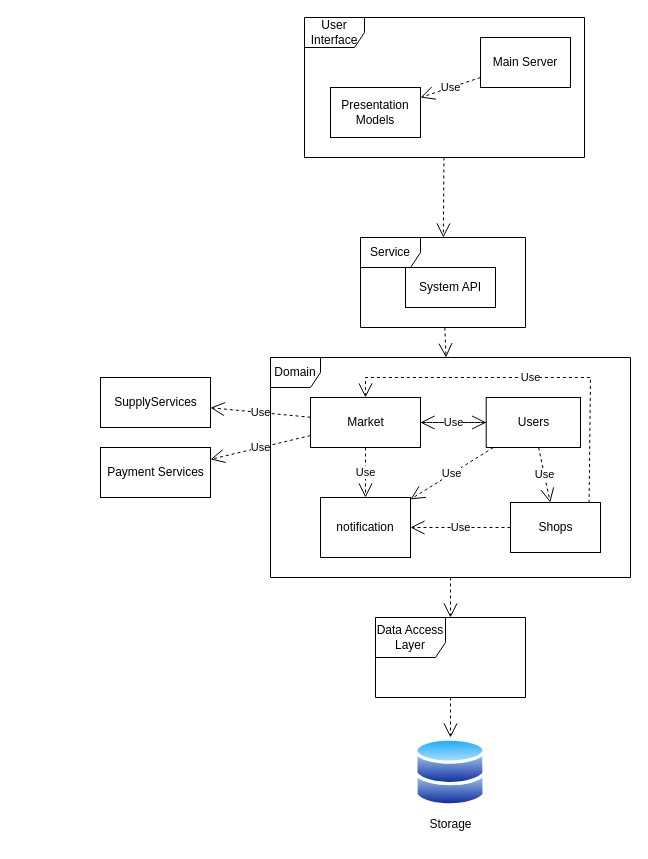
Above: page "architectureModel" (2 of 5) of docs/workshop.drawio in ShayHav/Workshop (draw.io), before the change. Source tidied: cells renumbered, new cells numbered last; positions are measured from the earlier drawing's top-left corner, leaving out a move shared by most shapes. Both pictures are drawn from the tidied source at 100%, with x=0, y=0 at pixel (100, 17).
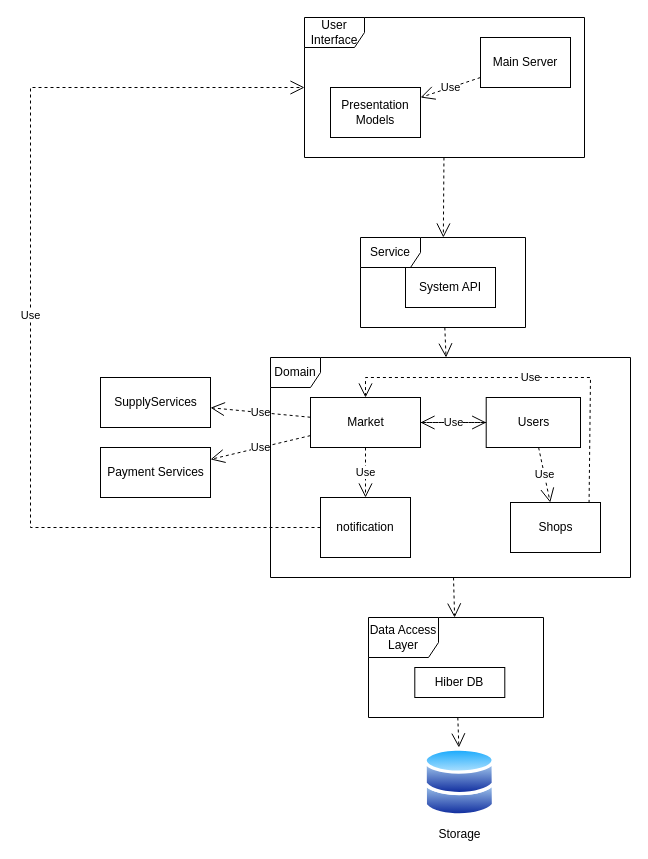
The same page after the edit.

The change refers to these unchanged cells:
```xml
<mxCell id="5" value="Users" style="html=1;" parent="1" vertex="1">
  <mxGeometry x="385.7" y="380" width="94.3" height="50" as="geometry" />
</mxCell>
<mxCell id="6" value="Shops" style="html=1;" parent="1" vertex="1">
  <mxGeometry x="410" y="485" width="90" height="50" as="geometry" />
</mxCell>
<mxCell id="13" value="User Interface" style="shape=umlFrame;whiteSpace=wrap;html=1;strokeColor=default;fillColor=none;" parent="1" vertex="1">
  <mxGeometry x="204" width="280" height="140" as="geometry" />
</mxCell>
<mxCell id="22" value="notification" style="rounded=0;whiteSpace=wrap;html=1;" parent="1" vertex="1">
  <mxGeometry x="220" y="480" width="90" height="60" as="geometry" />
</mxCell>
```

What changed in the source:
```diff
@@
     <mxCell id="14" value="Data Access Layer" style="shape=umlFrame;whiteSpace=wrap;html=1;strokeColor=default;fillColor=none;width=70;height=40;" parent="1" vertex="1">
-      <mxGeometry x="275" y="600" width="150" height="80" as="geometry" />
+      <mxGeometry x="268" y="600" width="175" height="100" as="geometry" />
     </mxCell>
     <mxCell id="15" value="Storage" style="perimeter=ellipsePerimeter;html=1;align=center;shadow=0;dashed=0;spacingTop=3;image;image=img/lib/active_directory/databases.svg;strokeColor=default;fillColor=none;" parent="1" vertex="1">
-      <mxGeometry x="314.3" y="720" width="71.4" height="70" as="geometry" />
+      <mxGeometry x="323.6" y="730" width="71.4" height="70" as="geometry" />
     </mxCell>
@@
-    <mxCell id="24" value="Use" style="endArrow=open;endSize=12;dashed=1;html=1;rounded=0;startArrow=none;startFill=0;" parent="1" edge="1" source="6" target="22">
-      <mxGeometry relative="1" as="geometry" />
-    </mxCell>
-    <mxCell id="25" value="Use" style="endArrow=open;endSize=12;dashed=1;html=1;rounded=0;startArrow=none;startFill=0;" parent="1" edge="1" source="5" target="22">
-      <mxGeometry relative="1" as="geometry" />
-    </mxCell>
@@
+    <mxCell id="30" value="Use" style="endArrow=open;endSize=12;dashed=1;html=1;rounded=0;startArrow=none;startFill=0;" parent="1" edge="1" source="22" target="13">
+      <mxGeometry relative="1" as="geometry">
+        <Array as="points">
+          <mxPoint x="-70" y="510" />
+          <mxPoint x="-70" y="250" />
+          <mxPoint x="-70" y="70" />
+        </Array>
+      </mxGeometry>
+    </mxCell>
+    <mxCell id="31" value="Hiber DB" style="rounded=0;whiteSpace=wrap;html=1;" parent="1" vertex="1">
+      <mxGeometry x="314.3" y="650" width="90" height="30" as="geometry" />
+    </mxCell>
```
